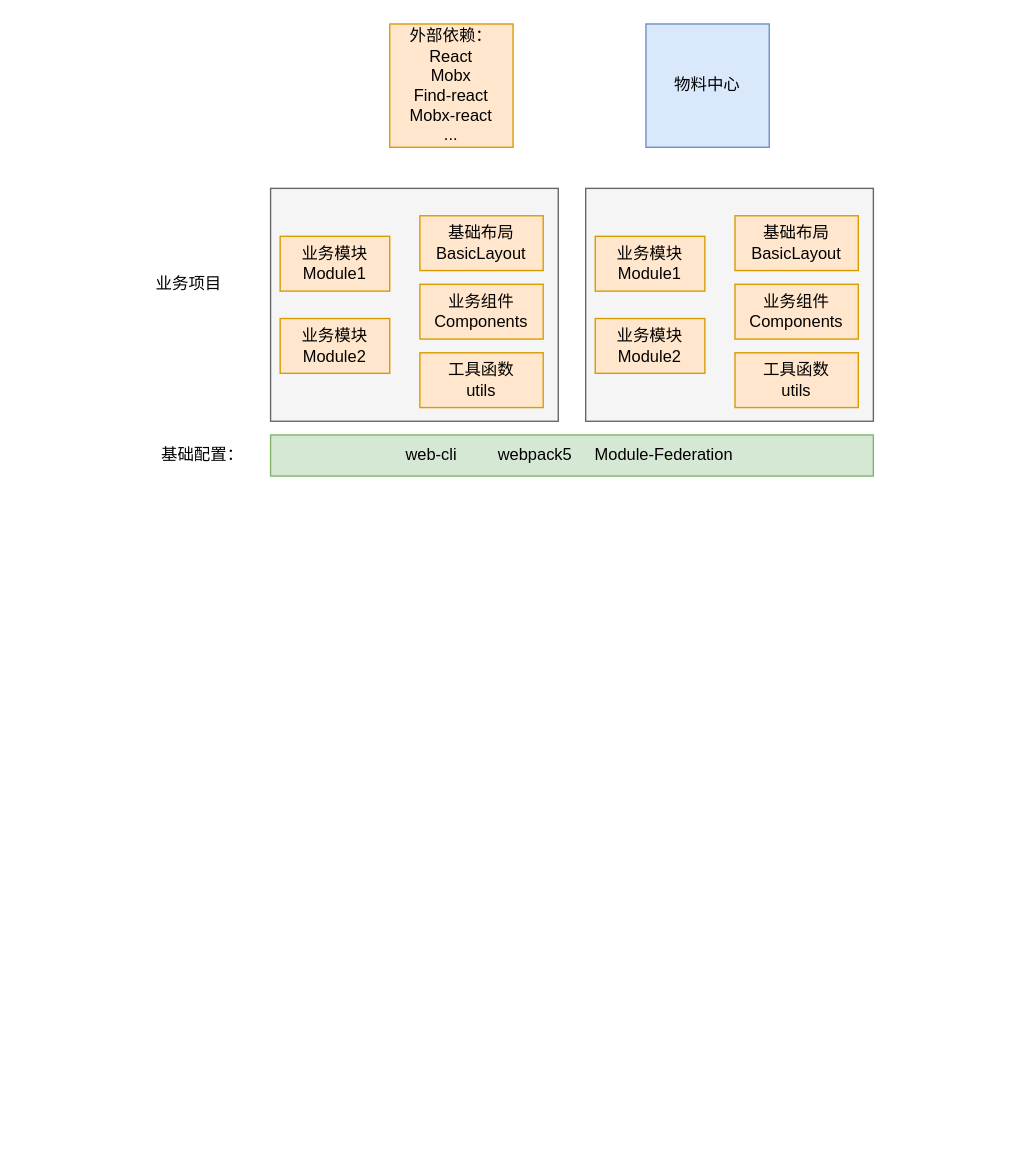
Above: 模块联邦-架构图.drawio in Liquan-gdut/diagrams-graph (draw.io), before the change. Source tidied: cells renumbered, new cells numbered last; positions are measured from the earlier drawing's top-left corner, leaving out a move shared by most shapes. Both pictures are drawn from the tidied source at 137%, with x=0, y=0 at pixel (147, 23).
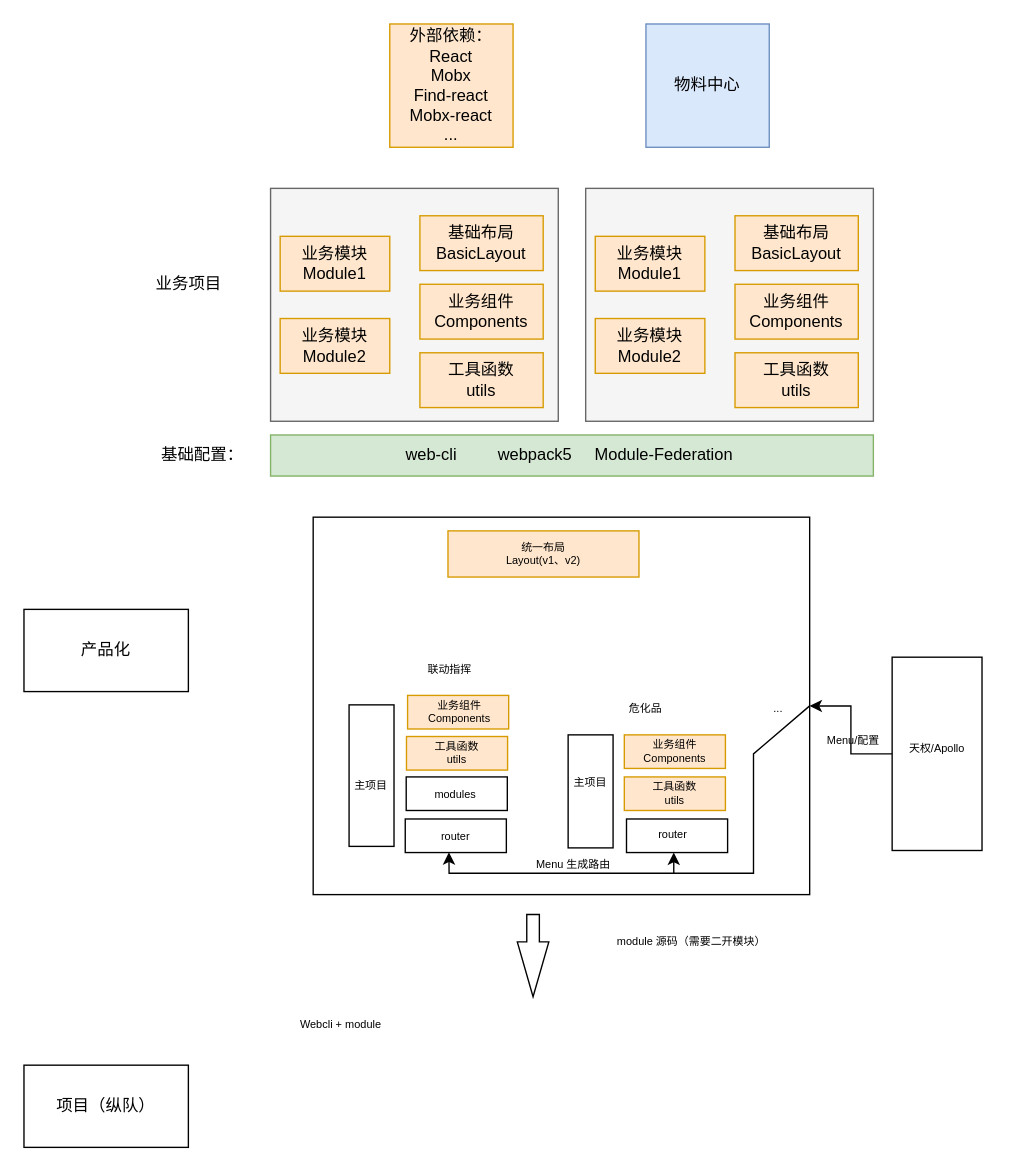
After the change.

Commit message:
更新模块联邦-架构图.drawio

What changed in the source:
```diff
@@
+    <mxCell id="19" style="rounded=0;whiteSpace=wrap;fillColor=none;fontSize=8;" parent="1" vertex="1">
+      <mxGeometry x="121.1" y="360" width="362.4" height="275.5" as="geometry" />
+    </mxCell>
@@
+    <mxCell id="20" value="产品化" style="rounded=0;whiteSpace=wrap;html=1;" parent="1" vertex="1">
+      <mxGeometry x="-90" y="427.3" width="120" height="60" as="geometry" />
+    </mxCell>
+    <mxCell id="21" value="项目（纵队）" style="rounded=0;whiteSpace=wrap;html=1;" parent="1" vertex="1">
+      <mxGeometry x="-90" y="760" width="120" height="60" as="geometry" />
+    </mxCell>
+    <mxCell id="22" value="联动指挥" style="text;align=center;verticalAlign=middle;strokeColor=none;fillColor=none;fontSize=8;" parent="1" vertex="1">
+      <mxGeometry x="191" y="461.3" width="60" height="20" as="geometry" />
+    </mxCell>
+    <mxCell id="23" value="危化品" style="text;align=center;verticalAlign=middle;strokeColor=none;fillColor=none;fontSize=8;" parent="1" vertex="1">
+      <mxGeometry x="339" y="490" width="50" height="20" as="geometry" />
+    </mxCell>
+    <mxCell id="24" value="..." style="text;align=center;verticalAlign=middle;strokeColor=none;fillColor=none;fontSize=8;" parent="1" vertex="1">
+      <mxGeometry x="445.8" y="490" width="30" height="20" as="geometry" />
+    </mxCell>
+    <mxCell id="25" style="rounded=0;whiteSpace=wrap;fillColor=#ffe6cc;strokeColor=#d79b00;fontSize=8;" parent="1" vertex="1">
+      <mxGeometry x="219.5" y="370" width="139.4" height="33.7" as="geometry" />
+    </mxCell>
+    <mxCell id="26" style="rounded=0;whiteSpace=wrap;fillColor=none;fontSize=8;" parent="1" vertex="1">
+      <mxGeometry x="147.3" y="497" width="32.8" height="103.3" as="geometry" />
+    </mxCell>
+    <mxCell id="27" style="rounded=0;whiteSpace=wrap;fillColor=#ffe6cc;strokeColor=#d79b00;fontSize=8;" parent="1" vertex="1">
+      <mxGeometry x="190" y="490.1" width="73.8" height="24.5" as="geometry" />
+    </mxCell>
+    <mxCell id="28" style="rounded=0;whiteSpace=wrap;fillColor=#ffe6cc;strokeColor=#d79b00;fontSize=8;" parent="1" vertex="1">
+      <mxGeometry x="189.2" y="520.1" width="73.8" height="24.5" as="geometry" />
+    </mxCell>
+    <mxCell id="29" style="rounded=0;whiteSpace=wrap;fillColor=none;fontSize=8;" parent="1" vertex="1">
+      <mxGeometry x="307.2" y="518.9" width="32.8" height="82.5" as="geometry" />
+    </mxCell>
+    <mxCell id="30" style="rounded=0;whiteSpace=wrap;fillColor=#ffe6cc;strokeColor=#d79b00;fontSize=8;" parent="1" vertex="1">
+      <mxGeometry x="348.2" y="518.9" width="73.8" height="24.5" as="geometry" />
+    </mxCell>
+    <mxCell id="31" style="rounded=0;whiteSpace=wrap;fillColor=#ffe6cc;strokeColor=#d79b00;fontSize=8;" parent="1" vertex="1">
+      <mxGeometry x="348.2" y="549.6" width="73.8" height="24.5" as="geometry" />
+    </mxCell>
+    <mxCell id="32" style="rounded=0;whiteSpace=wrap;fillColor=none;fontSize=8;" parent="1" vertex="1">
+      <mxGeometry x="188.3" y="580.3" width="73.8" height="24.5" as="geometry" />
+    </mxCell>
+    <mxCell id="33" style="rounded=0;whiteSpace=wrap;fillColor=none;fontSize=8;" parent="1" vertex="1">
+      <mxGeometry x="349.8" y="580.3" width="73.8" height="24.5" as="geometry" />
+    </mxCell>
+    <mxCell id="34" style="edgeStyle=orthogonalEdgeStyle;rounded=0;jettySize=auto;fontSize=8;" parent="1" edge="1" source="35" target="19">
+      <mxGeometry x="261.1" y="440" as="geometry" />
+    </mxCell>
+    <mxCell id="35" style="rounded=0;whiteSpace=wrap;fillColor=none;fontSize=8;" parent="1" vertex="1">
+      <mxGeometry x="543.7" y="462.2" width="65.6" height="141.1" as="geometry" />
+    </mxCell>
+    <mxCell id="36" value="Menu/配置" style="text;align=center;verticalAlign=middle;strokeColor=none;fillColor=none;fontSize=8;" parent="1" vertex="1">
+      <mxGeometry x="480.6" y="512.8" width="70" height="20" as="geometry" />
+    </mxCell>
+    <mxCell id="37" style="endArrow=classic;rounded=0;exitX=1;exitY=0.5;exitDx=0;exitDy=0;entryX=0.432;entryY=0.993;entryDx=0;entryDy=0;entryPerimeter=0;fontSize=8;" parent="1" edge="1" source="19" target="32">
+      <mxGeometry x="261.1" y="440" as="geometry">
+        <Array as="points">
+          <mxPoint x="442.5" y="532.8" />
+          <mxPoint x="442.5" y="619.9" />
+          <mxPoint x="220.3" y="619.9" />
+        </Array>
+      </mxGeometry>
+    </mxCell>
+    <mxCell id="38" style="endArrow=classic;rounded=0;fontSize=8;" parent="1" edge="1">
+      <mxGeometry x="261.1" y="440" as="geometry">
+        <mxPoint x="384.3" y="619.9" as="sourcePoint" />
+        <mxPoint x="384.3" y="604.8" as="targetPoint" />
+      </mxGeometry>
+    </mxCell>
+    <mxCell id="39" value="Menu 生成路由" style="text;align=center;verticalAlign=middle;strokeColor=none;fillColor=none;fontSize=8;" parent="1" vertex="1">
+      <mxGeometry x="261.3" y="603.6" width="100" height="20" as="geometry" />
+    </mxCell>
+    <mxCell id="40" value="统一布局&#10;Layout(v1、v2)" style="text;align=center;verticalAlign=middle;strokeColor=none;fillColor=none;fontSize=8;" parent="1" vertex="1">
+      <mxGeometry x="239.4" y="371.9" width="100" height="30" as="geometry" />
+    </mxCell>
+    <mxCell id="41" value="业务组件&#10;Components" style="text;align=center;verticalAlign=middle;strokeColor=none;fillColor=none;fontSize=8;" parent="1" vertex="1">
+      <mxGeometry x="345.3" y="516.2" width="80" height="30" as="geometry" />
+    </mxCell>
+    <mxCell id="42" value="工具函数&#10;utils" style="text;align=center;verticalAlign=middle;strokeColor=none;fillColor=none;fontSize=8;" parent="1" vertex="1">
+      <mxGeometry x="355.2" y="546.9" width="60" height="30" as="geometry" />
+    </mxCell>
+    <mxCell id="43" value="router" style="text;align=center;verticalAlign=middle;strokeColor=none;fillColor=none;fontSize=8;" parent="1" vertex="1">
+      <mxGeometry x="358.9" y="581.5" width="50" height="20" as="geometry" />
+    </mxCell>
+    <mxCell id="44" value="主项目" style="text;align=center;verticalAlign=middle;strokeColor=none;fillColor=none;fontSize=8;" parent="1" vertex="1">
+      <mxGeometry x="298.7" y="543.5" width="50" height="20" as="geometry" />
+    </mxCell>
+    <mxCell id="45" value="主项目" style="text;align=center;verticalAlign=middle;strokeColor=none;fillColor=none;fontSize=8;" parent="1" vertex="1">
+      <mxGeometry x="138.5" y="546.2" width="50" height="20" as="geometry" />
+    </mxCell>
+    <mxCell id="46" value="工具函数&#10;utils" style="text;align=center;verticalAlign=middle;strokeColor=none;fillColor=none;fontSize=8;" parent="1" vertex="1">
+      <mxGeometry x="196.2" y="517.3" width="60" height="30" as="geometry" />
+    </mxCell>
+    <mxCell id="47" value="业务组件&#10;Components" style="text;align=center;verticalAlign=middle;strokeColor=none;fillColor=none;fontSize=8;" parent="1" vertex="1">
+      <mxGeometry x="188.1" y="487.3" width="80" height="30" as="geometry" />
+    </mxCell>
+    <mxCell id="48" value="router" style="text;align=center;verticalAlign=middle;strokeColor=none;fillColor=none;fontSize=8;" parent="1" vertex="1">
+      <mxGeometry x="200.3" y="582.8" width="50" height="20" as="geometry" />
+    </mxCell>
+    <mxCell id="49" value="天权/Apollo" style="text;align=center;verticalAlign=middle;strokeColor=none;fillColor=none;fontSize=8;" parent="1" vertex="1">
+      <mxGeometry x="536.7" y="519" width="80" height="20" as="geometry" />
+    </mxCell>
+    <mxCell id="50" style="rounded=0;whiteSpace=wrap;fillColor=none;fontSize=8;" parent="1" vertex="1">
+      <mxGeometry x="189" y="549.6" width="73.8" height="24.5" as="geometry" />
+    </mxCell>
+    <mxCell id="51" value="modules" style="text;align=center;verticalAlign=middle;strokeColor=none;fillColor=none;fontSize=8;" parent="1" vertex="1">
+      <mxGeometry x="195.2" y="552.3" width="60" height="20" as="geometry" />
+    </mxCell>
+    <mxCell id="52" value="Webcli + module" style="text;html=1;align=center;verticalAlign=middle;strokeColor=none;fillColor=none;fontSize=8;" parent="1" vertex="1">
+      <mxGeometry x="91" y="720" width="100" height="20" as="geometry" />
+    </mxCell>
+    <mxCell id="53" style="html=1;shadow=0;dashed=0;align=center;verticalAlign=middle;shape=mxgraph.arrows2.arrow;dy=0.6;dx=40;direction=south;notch=0;fontSize=8;fillColor=none;" parent="1" vertex="1">
+      <mxGeometry x="270.1" y="650" width="23" height="60" as="geometry" />
+    </mxCell>
+    <mxCell id="54" value="module 源码（需要二开模块）" style="text;html=1;align=center;verticalAlign=middle;strokeColor=none;fillColor=none;fontSize=8;" parent="1" vertex="1">
+      <mxGeometry x="307.2" y="660" width="180" height="20" as="geometry" />
+    </mxCell>
```
